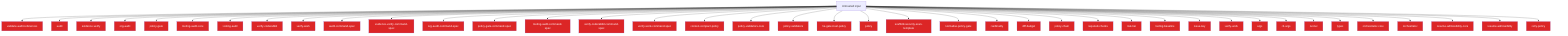
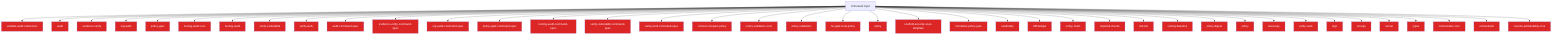
flowchart TD
  Untrusted["Untrusted input"]
  validate_audit_references_811f872a["validate-audit-references"]
  Untrusted --> validate_audit_references_811f872a
  audit_b81f37a0["audit"]
  Untrusted --> audit_b81f37a0
  evidence_verify_3b73c290["evidence-verify"]
  Untrusted --> evidence_verify_3b73c290
  org_audit_d739e44b["org-audit"]
  Untrusted --> org_audit_d739e44b
  policy_gate_213f7313["policy-gate"]
  Untrusted --> policy_gate_213f7313
  tooling_audit_core_328d6a41["tooling-audit-core"]
  Untrusted --> tooling_audit_core_328d6a41
  tooling_audit_8a8239ff["tooling-audit"]
  Untrusted --> tooling_audit_8a8239ff
  verify_coderabbit_490b4e71["verify-coderabbit"]
  Untrusted --> verify_coderabbit_490b4e71
  verify_work_df70ecac["verify-work"]
  Untrusted --> verify_work_df70ecac
  audit_command_spec_5acf0149["audit-command-spec"]
  Untrusted --> audit_command_spec_5acf0149
  evidence_verify_command_spec_e1cbfea2["evidence-verify-command-spec"]
  Untrusted --> evidence_verify_command_spec_e1cbfea2
  org_audit_command_spec_1a570341["org-audit-command-spec"]
  Untrusted --> org_audit_command_spec_1a570341
  policy_gate_command_spec_71e8726a["policy-gate-command-spec"]
  Untrusted --> policy_gate_command_spec_71e8726a
  tooling_audit_command_spec_e0e57863["tooling-audit-command-spec"]
  Untrusted --> tooling_audit_command_spec_e0e57863
  verify_coderabbit_command_spec_68cc9ec5["verify-coderabbit-command-spec"]
  Untrusted --> verify_coderabbit_command_spec_68cc9ec5
  verify_work_command_spec_d6c94ac8["verify-work-command-spec"]
  Untrusted --> verify_work_command_spec_d6c94ac8
  context_compact_policy_3dcaf95d["context-compact-policy"]
  Untrusted --> context_compact_policy_3dcaf95d
  policy_validators_core_714a3fe7["policy-validators-core"]
  Untrusted --> policy_validators_core_714a3fe7
  policy_validators_6682e192["policy-validators"]
  Untrusted --> policy_validators_6682e192
  he_gate_trust_policy_b1126dfd["he-gate-trust-policy"]
  Untrusted --> he_gate_trust_policy_b1126dfd
  policy_823412d1["policy"]
  Untrusted --> policy_823412d1
  scaffold_security_scan_template_55bc7465["scaffold-security-scan-template"]
  Untrusted --> scaffold_security_scan_template_55bc7465
  normalise_policy_gate_90229693["normalise-policy-gate"]
  Untrusted --> normalise_policy_gate_90229693
  cardinality_ebef8aff["cardinality"]
  Untrusted --> cardinality_ebef8aff
  diff_budget_1_9f85eb1c["diff-budget"]
  Untrusted --> diff_budget_1_9f85eb1c
  policy_chain_0c92e343["policy-chain"]
  Untrusted --> policy_chain_0c92e343
  required_checks_46396214["required-checks"]
  Untrusted --> required_checks_46396214
  risk_tier_1_96b6ff91["risk-tier"]
  Untrusted --> risk_tier_1_96b6ff91
  tooling_baseline_50ab2eeb["tooling-baseline"]
  Untrusted --> tooling_baseline_50ab2eeb
+   policy_digest_ca7acf0a["policy-digest"]
+   Untrusted --> policy_digest_ca7acf0a
+   policy_1_fc4198db["policy"]
+   Untrusted --> policy_1_fc4198db
  issue_key_305bf3db["issue-key"]
  Untrusted --> issue_key_305bf3db
  verify_work_1_cd8e7ec3["verify-work"]
  Untrusted --> verify_work_1_cd8e7ec3
  args_1_15220d9b["args"]
  Untrusted --> args_1_15220d9b
  cli_args_14_3481043e["cli-args"]
  Untrusted --> cli_args_14_3481043e
  runner_1_6f281bf8["runner"]
  Untrusted --> runner_1_6f281bf8
-   types_30_424b976c["types"]
-   Untrusted --> types_30_424b976c
+   types_31_eb363e20["types"]
+   Untrusted --> types_31_eb363e20
  orchestrator_core_d0678b53["orchestrator-core"]
  Untrusted --> orchestrator_core_d0678b53
  orchestrator_1_6b7137c5["orchestrator"]
  Untrusted --> orchestrator_1_6b7137c5
  resume_admissibility_core_8ab84488["resume-admissibility-core"]
  Untrusted --> resume_admissibility_core_8ab84488
-   resume_admissibility_a59835da["resume-admissibility"]
-   Untrusted --> resume_admissibility_a59835da
-   retry_policy_eebf8de9["retry-policy"]
-   Untrusted --> retry_policy_eebf8de9
  classDef securityNode fill:#dc2626,color:#fff
-   class validate_audit_references_811f872a,audit_b81f37a0,evidence_verify_3b73c290,org_audit_d739e44b,policy_gate_213f7313,tooling_audit_core_328d6a41,tooling_audit_8a8239ff,verify_coderabbit_490b4e71,verify_work_df70ecac,audit_command_spec_5acf0149,evidence_verify_command_spec_e1cbfea2,org_audit_command_spec_1a570341,policy_gate_command_spec_71e8726a,tooling_audit_command_spec_e0e57863,verify_coderabbit_command_spec_68cc9ec5,verify_work_command_spec_d6c94ac8,context_compact_policy_3dcaf95d,policy_validators_core_714a3fe7,policy_validators_6682e192,he_gate_trust_policy_b1126dfd,policy_823412d1,scaffold_security_scan_template_55bc7465,normalise_policy_gate_90229693,cardinality_ebef8aff,diff_budget_1_9f85eb1c,policy_chain_0c92e343,required_checks_46396214,risk_tier_1_96b6ff91,tooling_baseline_50ab2eeb,issue_key_305bf3db,verify_work_1_cd8e7ec3,args_1_15220d9b,cli_args_14_3481043e,runner_1_6f281bf8,types_30_424b976c,orchestrator_core_d0678b53,orchestrator_1_6b7137c5,resume_admissibility_core_8ab84488,resume_admissibility_a59835da,retry_policy_eebf8de9 securityNode
+   class validate_audit_references_811f872a,audit_b81f37a0,evidence_verify_3b73c290,org_audit_d739e44b,policy_gate_213f7313,tooling_audit_core_328d6a41,tooling_audit_8a8239ff,verify_coderabbit_490b4e71,verify_work_df70ecac,audit_command_spec_5acf0149,evidence_verify_command_spec_e1cbfea2,org_audit_command_spec_1a570341,policy_gate_command_spec_71e8726a,tooling_audit_command_spec_e0e57863,verify_coderabbit_command_spec_68cc9ec5,verify_work_command_spec_d6c94ac8,context_compact_policy_3dcaf95d,policy_validators_core_714a3fe7,policy_validators_6682e192,he_gate_trust_policy_b1126dfd,policy_823412d1,scaffold_security_scan_template_55bc7465,normalise_policy_gate_90229693,cardinality_ebef8aff,diff_budget_1_9f85eb1c,policy_chain_0c92e343,required_checks_46396214,risk_tier_1_96b6ff91,tooling_baseline_50ab2eeb,policy_digest_ca7acf0a,policy_1_fc4198db,issue_key_305bf3db,verify_work_1_cd8e7ec3,args_1_15220d9b,cli_args_14_3481043e,runner_1_6f281bf8,types_31_eb363e20,orchestrator_core_d0678b53,orchestrator_1_6b7137c5,resume_admissibility_core_8ab84488 securityNode
